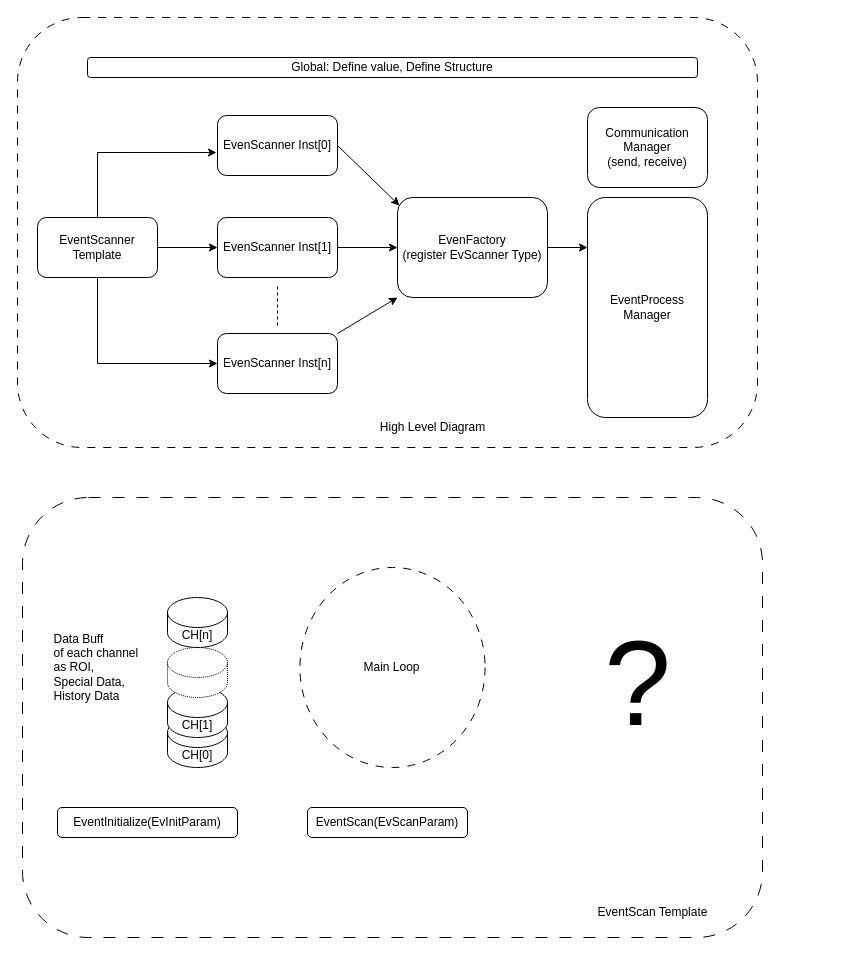
Earlier version of the draw.io diagram PNIXEventProcess.drawio (huunhan312/CodeDiagram). Source tidied: cells renumbered, new cells numbered last; positions are measured from the earlier drawing's top-left corner, leaving out a move shared by most shapes. Both pictures are drawn from the tidied source at 100%, with x=0, y=0 at pixel (17, 17).
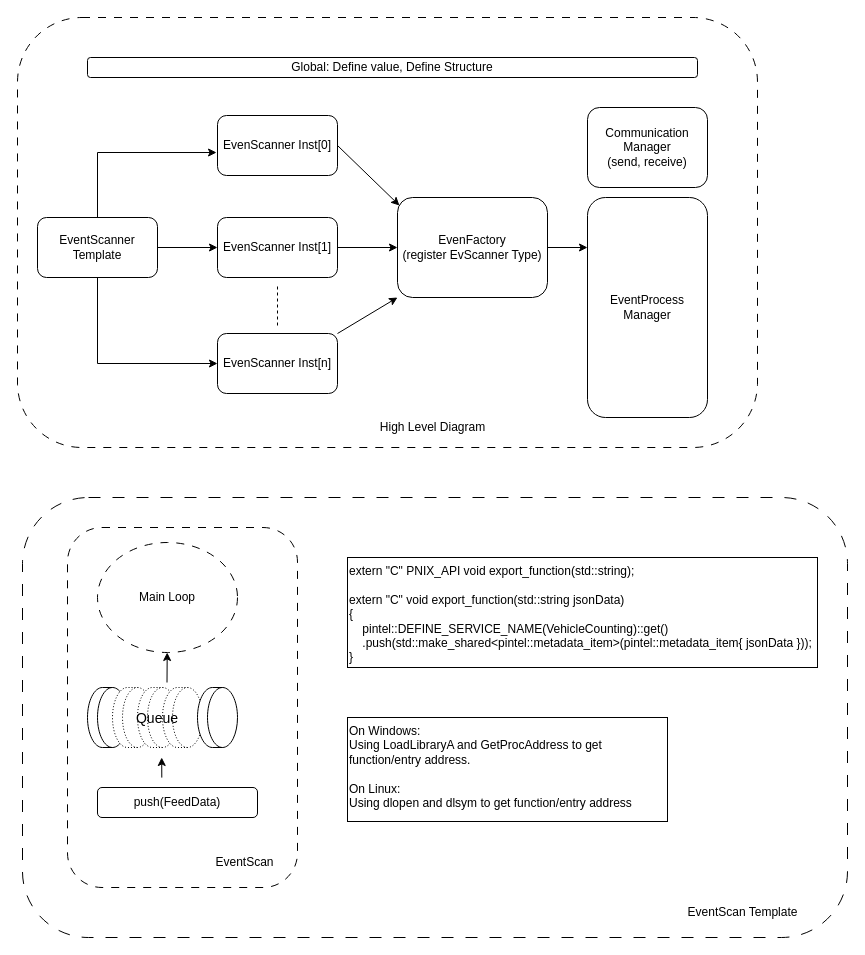
The same page after the edit.

The edit, as a diff of the source:
```diff
@@
     <mxCell id="2" style="rounded=1;whiteSpace=wrap;html=1;fillColor=none;dashed=1;dashPattern=12 12;" parent="1" vertex="1">
-      <mxGeometry x="5" y="480" width="740" height="440" as="geometry" />
+      <mxGeometry x="5" y="480" width="825" height="440" as="geometry" />
     </mxCell>
+    <mxCell id="31" style="rounded=1;whiteSpace=wrap;html=1;fillColor=none;dashed=1;dashPattern=8 8;" parent="1" vertex="1">
+      <mxGeometry x="50" y="510" width="230" height="360" as="geometry" />
+    </mxCell>
@@
     <mxCell id="20" value="EventScan Template" style="text;html=1;align=center;verticalAlign=middle;strokeColor=none;fillColor=none;" parent="1" vertex="1">
-      <mxGeometry x="570" y="880" width="130" height="30" as="geometry" />
+      <mxGeometry x="660" y="880" width="130" height="30" as="geometry" />
     </mxCell>
     <mxCell id="21" value="Main Loop" style="ellipse;whiteSpace=wrap;html=1;dashed=1;dashPattern=8 8;fillColor=none;" parent="1" vertex="1">
-      <mxGeometry x="282.4" y="550" width="185.2" height="200" as="geometry" />
+      <mxGeometry x="80" y="525" width="140" height="110" as="geometry" />
     </mxCell>
@@
-    <mxCell id="23" value="EventScan(EvScanParam)" style="rounded=1;whiteSpace=wrap;html=1;" parent="1" vertex="1">
-      <mxGeometry x="290" y="790" width="160" height="30" as="geometry" />
+    <mxCell id="23" value="EventScan" style="rounded=1;whiteSpace=wrap;html=1;fillColor=none;strokeColor=none;" parent="1" vertex="1">
+      <mxGeometry x="190" y="830" width="75.2" height="30" as="geometry" />
     </mxCell>
-    <mxCell id="24" value="EventInitialize(EvInitParam)" style="rounded=1;whiteSpace=wrap;html=1;" parent="1" vertex="1">
-      <mxGeometry x="40" y="790" width="180" height="30" as="geometry" />
-    </mxCell>
-    <mxCell id="25" value="CH[0]" style="shape=cylinder3;whiteSpace=wrap;html=1;boundedLbl=1;backgroundOutline=1;size=15;" parent="1" vertex="1">
-      <mxGeometry x="150" y="700" width="60" height="50" as="geometry" />
-    </mxCell>
-    <mxCell id="26" value="CH[1]" style="shape=cylinder3;whiteSpace=wrap;html=1;boundedLbl=1;backgroundOutline=1;size=15;" parent="1" vertex="1">
-      <mxGeometry x="150" y="670" width="60" height="50" as="geometry" />
-    </mxCell>
-    <mxCell id="27" style="shape=cylinder3;whiteSpace=wrap;html=1;boundedLbl=1;backgroundOutline=1;size=15;dashed=1;dashPattern=1 1;" parent="1" vertex="1">
-      <mxGeometry x="150" y="630" width="60" height="50" as="geometry" />
-    </mxCell>
-    <mxCell id="28" value="CH[n]" style="shape=cylinder3;whiteSpace=wrap;html=1;boundedLbl=1;backgroundOutline=1;size=15;" parent="1" vertex="1">
-      <mxGeometry x="150" y="580" width="60" height="50" as="geometry" />
-    </mxCell>
-    <mxCell id="29" value="&lt;div style=&quot;text-align: justify;&quot;&gt;&lt;span style=&quot;background-color: initial;&quot;&gt;Data Buff&amp;nbsp;&lt;/span&gt;&lt;/div&gt;&lt;div style=&quot;text-align: justify;&quot;&gt;&lt;span style=&quot;background-color: initial;&quot;&gt;of each channel&amp;nbsp;&lt;/span&gt;&lt;/div&gt;&lt;div style=&quot;text-align: justify;&quot;&gt;&lt;span style=&quot;background-color: initial;&quot;&gt;as ROI,&amp;nbsp;&lt;/span&gt;&lt;/div&gt;&lt;div style=&quot;text-align: left;&quot;&gt;&lt;span style=&quot;background-color: initial;&quot;&gt;Special Data,&amp;nbsp;&lt;/span&gt;&lt;/div&gt;&lt;div style=&quot;text-align: justify;&quot;&gt;&lt;span style=&quot;background-color: initial;&quot;&gt;History Data&lt;/span&gt;&lt;/div&gt;" style="text;html=1;align=center;verticalAlign=middle;strokeColor=none;fillColor=none;" parent="1" vertex="1">
-      <mxGeometry x="25" y="605" width="110" height="90" as="geometry" />
-    </mxCell>
-    <mxCell id="30" value="&lt;div style=&quot;text-align: justify;&quot;&gt;&lt;font style=&quot;font-size: 120px;&quot;&gt;?&lt;/font&gt;&lt;/div&gt;" style="text;html=1;align=center;verticalAlign=middle;strokeColor=none;fillColor=none;" parent="1" vertex="1">
-      <mxGeometry x="575" y="585" width="90" height="160" as="geometry" />
-    </mxCell>
+    <mxCell id="32" value="extern &quot;C&quot; PNIX_API void export_function(std::string);&#10;&#10;extern &quot;C&quot; void export_function(std::string jsonData)&#10;{&#10;    pintel::DEFINE_SERVICE_NAME(VehicleCounting)::get()&#10;    .push(std::make_shared&lt;pintel::metadata_item&gt;(pintel::metadata_item{ jsonData }));&#10;}" style="text;whiteSpace=wrap;fillColor=default;strokeColor=default;" parent="1" vertex="1">
+      <mxGeometry x="330" y="540" width="470" height="110" as="geometry" />
+    </mxCell>
+    <mxCell id="33" value="On Windows: &#10;Using LoadLibraryA and GetProcAddress to get function/entry address.&#10;&#10;On Linux:&#10;Using dlopen and dlsym to get function/entry address&#10; " style="text;whiteSpace=wrap;fillColor=default;strokeColor=default;" parent="1" vertex="1">
+      <mxGeometry x="330" y="700" width="320" height="104" as="geometry" />
+    </mxCell>
+    <mxCell id="34" value="push(FeedData)" style="rounded=1;whiteSpace=wrap;html=1;fillColor=default;strokeColor=default;" parent="1" vertex="1">
+      <mxGeometry x="80" y="770" width="160" height="30" as="geometry" />
+    </mxCell>
+    <mxCell id="35" style="shape=cylinder3;whiteSpace=wrap;html=1;boundedLbl=1;backgroundOutline=1;size=15;rotation=90;" parent="1" vertex="1">
+      <mxGeometry x="60" y="680" width="60" height="40" as="geometry" />
+    </mxCell>
+    <mxCell id="36" style="shape=cylinder3;whiteSpace=wrap;html=1;boundedLbl=1;backgroundOutline=1;size=15;rotation=90;dashed=1;dashPattern=1 2;" parent="1" vertex="1">
+      <mxGeometry x="85" y="680" width="60" height="40" as="geometry" />
+    </mxCell>
+    <mxCell id="37" style="shape=cylinder3;whiteSpace=wrap;html=1;boundedLbl=1;backgroundOutline=1;size=15;rotation=90;dashed=1;dashPattern=1 2;" parent="1" vertex="1">
+      <mxGeometry x="110" y="680" width="60" height="40" as="geometry" />
+    </mxCell>
+    <mxCell id="38" style="shape=cylinder3;whiteSpace=wrap;html=1;boundedLbl=1;backgroundOutline=1;size=15;rotation=90;dashed=1;dashPattern=1 2;" parent="1" vertex="1">
+      <mxGeometry x="135" y="680" width="60" height="40" as="geometry" />
+    </mxCell>
+    <mxCell id="39" style="shape=cylinder3;whiteSpace=wrap;html=1;boundedLbl=1;backgroundOutline=1;size=15;rotation=90;" parent="1" vertex="1">
+      <mxGeometry x="170" y="680" width="60" height="40" as="geometry" />
+    </mxCell>
+    <mxCell id="40" value="&lt;font style=&quot;font-size: 14px;&quot;&gt;Queue&lt;/font&gt;" style="rounded=1;whiteSpace=wrap;html=1;fillColor=none;strokeColor=none;" parent="1" vertex="1">
+      <mxGeometry x="70" y="686" width="140" height="30" as="geometry" />
+    </mxCell>
+    <mxCell id="41" style="endArrow=classic;html=1;rounded=0;entryX=0.176;entryY=0.591;entryDx=0;entryDy=0;entryPerimeter=0;exitX=0.176;exitY=0.636;exitDx=0;exitDy=0;exitPerimeter=0;" parent="1" edge="1">
+      <mxGeometry relative="1" as="geometry">
+        <mxPoint x="149.5" y="665" as="sourcePoint" />
+        <mxPoint x="149.7" y="635" as="targetPoint" />
+      </mxGeometry>
+    </mxCell>
+    <mxCell id="42" style="endArrow=classic;html=1;rounded=0;entryX=0.176;entryY=0.591;entryDx=0;entryDy=0;entryPerimeter=0;exitX=0.436;exitY=0.686;exitDx=0;exitDy=0;exitPerimeter=0;" parent="1" edge="1">
+      <mxGeometry relative="1" as="geometry">
+        <mxPoint x="144.3" y="760.1" as="sourcePoint" />
+        <mxPoint x="144.2" y="740" as="targetPoint" />
+      </mxGeometry>
+    </mxCell>
```
